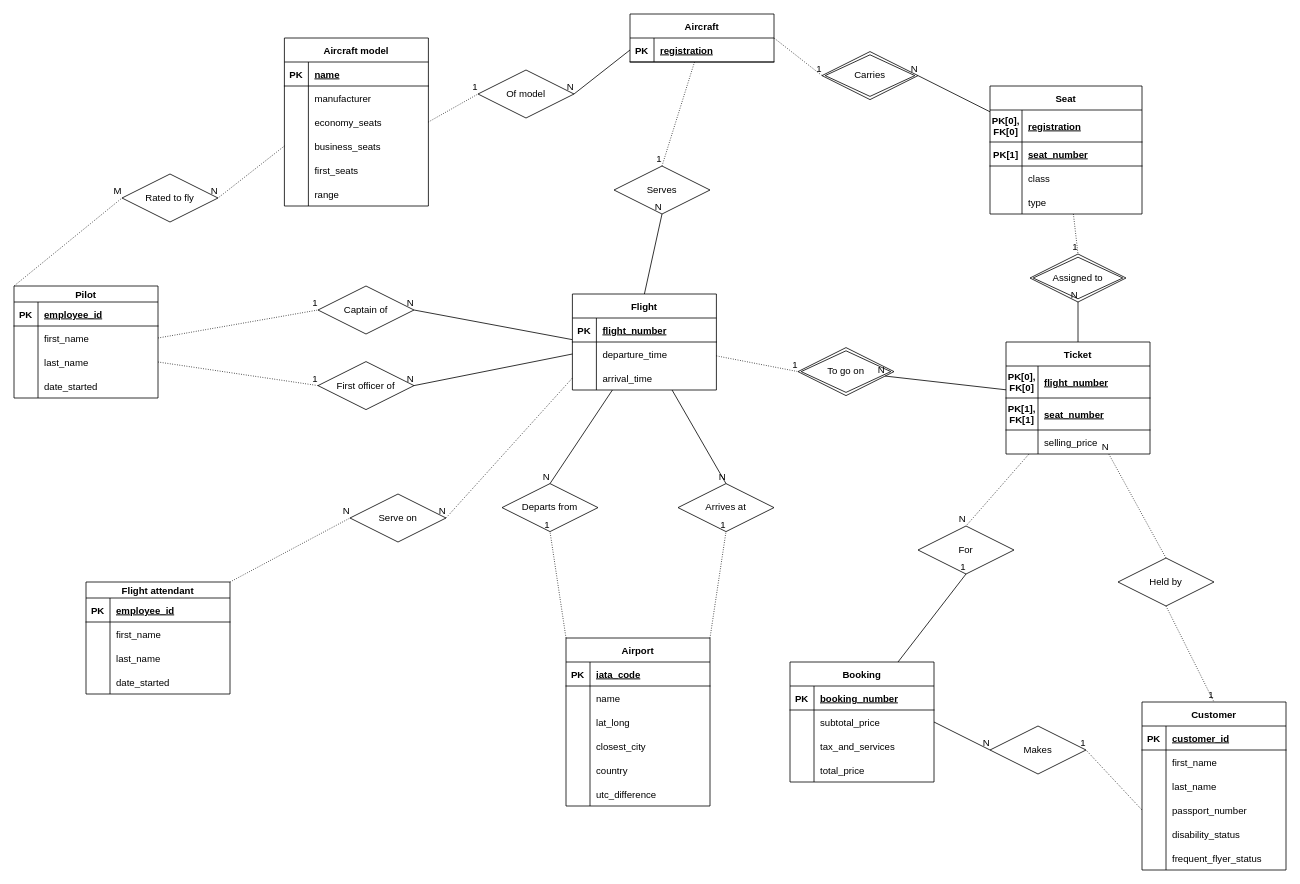
Before: Airline system ER diagram.drawio in lyulka/comp3278, a draw.io diagram. Source tidied: cells renumbered, new cells numbered last; positions are measured from the earlier drawing's top-left corner, leaving out a move shared by most shapes. Both pictures are drawn from the tidied source at 80%, with x=0, y=0 at pixel (14, 14).
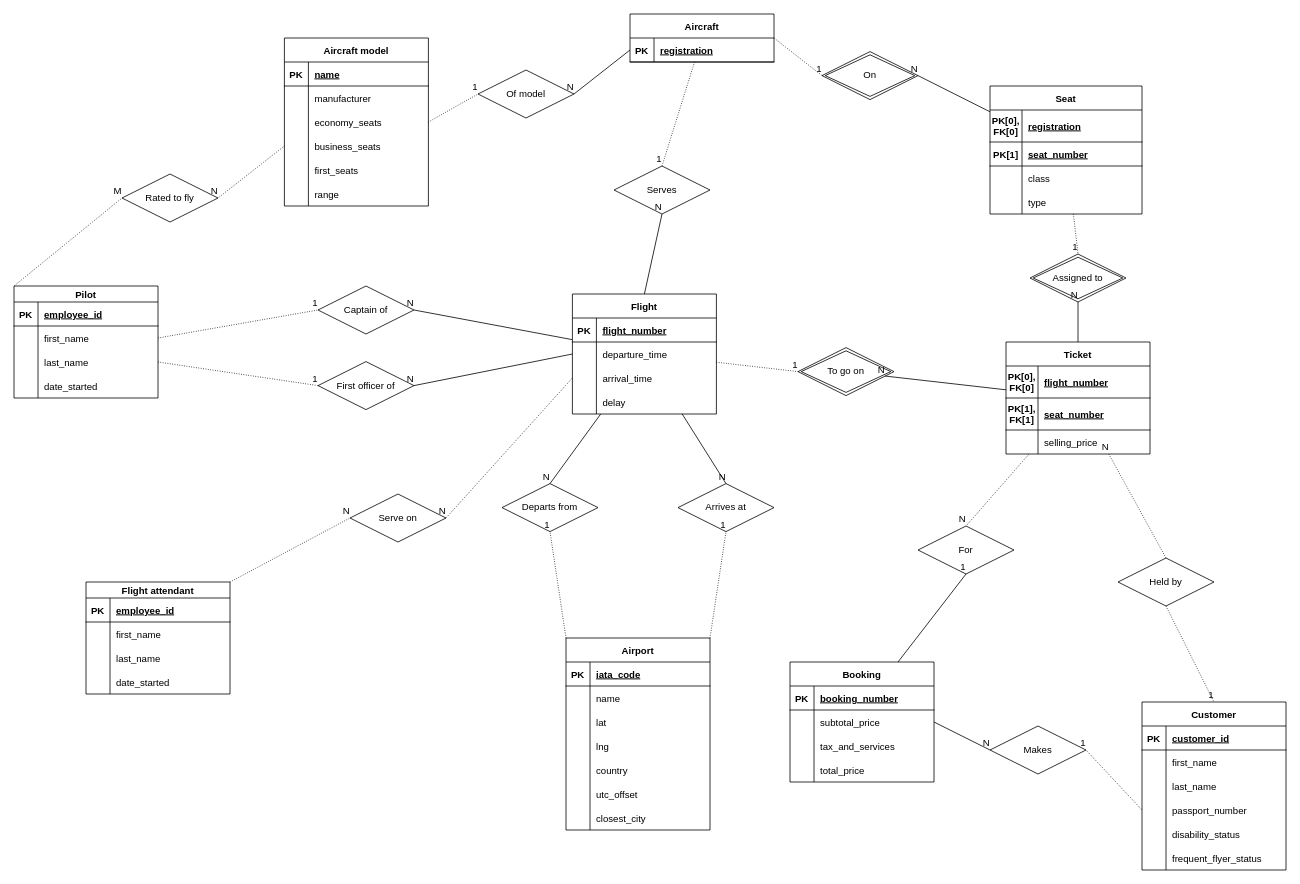
The same page after the edit.

Commit message:
Minor naming tweaks.

The change refers to these unchanged cells:
```xml
<mxCell id="106" style="shape=partialRectangle;fillColor=none;top=0;left=0;bottom=0;right=0;" parent="99" vertex="1">
  <mxGeometry y="90" width="180" height="30" as="geometry" />
</mxCell>
<mxCell id="115" style="shape=partialRectangle;fillColor=none;top=0;left=0;bottom=0;right=0;" parent="99" vertex="1">
  <mxGeometry y="180" width="180" height="30" as="geometry" />
</mxCell>
```

What changed in the source:
```diff
@@
     <mxCell id="2" value="Flight" style="shape=table;startSize=30;childLayout=tableLayout;rowLines=0;fontStyle=1;align=center;" parent="1" vertex="1">
-      <mxGeometry x="698" y="350" width="180" height="120" as="geometry" />
+      <mxGeometry x="698" y="350" width="180" height="150" as="geometry" />
     </mxCell>
@@
+    <mxCell id="205" style="shape=partialRectangle;fillColor=none;top=0;left=0;bottom=0;right=0;" parent="2" vertex="1">
+      <mxGeometry y="120" width="180" height="30" as="geometry" />
+    </mxCell>
+    <mxCell id="206" style="shape=partialRectangle;fillColor=none;top=0;left=0;bottom=0;right=0;overflow=hidden;" parent="205" vertex="1">
+      <mxGeometry width="30" height="30" as="geometry" />
+    </mxCell>
+    <mxCell id="207" value="delay" style="shape=partialRectangle;fillColor=none;top=0;left=0;bottom=0;right=0;align=left;spacingLeft=6;overflow=hidden;" parent="205" vertex="1">
+      <mxGeometry x="30" width="150" height="30" as="geometry" />
+    </mxCell>
-    <mxCell id="12" value="Carries" style="shape=rhombus;double=1;perimeter=rhombusPerimeter;whiteSpace=wrap;html=1;align=center;" parent="1" vertex="1">
+    <mxCell id="12" value="On" style="shape=rhombus;double=1;perimeter=rhombusPerimeter;whiteSpace=wrap;html=1;align=center;" parent="1" vertex="1">
       <mxGeometry x="1010" y="47" width="120" height="60" as="geometry" />
     </mxCell>
@@
     <mxCell id="99" value="Airport" style="shape=table;startSize=30;childLayout=tableLayout;rowLines=0;fontStyle=1;align=center;" parent="1" vertex="1">
-      <mxGeometry x="690" y="780" width="180" height="210" as="geometry" />
+      <mxGeometry x="690" y="780" width="180" height="240" as="geometry" />
     </mxCell>
@@
-    <mxCell id="108" value="lat_long" style="shape=partialRectangle;fillColor=none;top=0;left=0;bottom=0;right=0;align=left;spacingLeft=6;overflow=hidden;" parent="106" vertex="1">
+    <mxCell id="108" value="lat" style="shape=partialRectangle;fillColor=none;top=0;left=0;bottom=0;right=0;align=left;spacingLeft=6;overflow=hidden;" parent="106" vertex="1">
       <mxGeometry x="30" width="150" height="30" as="geometry" />
     </mxCell>
-    <mxCell id="109" style="shape=partialRectangle;fillColor=none;top=0;left=0;bottom=0;right=0;" parent="99" vertex="1">
-      <mxGeometry y="120" width="180" height="30" as="geometry" />
-    </mxCell>
-    <mxCell id="110" style="shape=partialRectangle;fillColor=none;top=0;left=0;bottom=0;right=0;overflow=hidden;" parent="109" vertex="1">
-      <mxGeometry width="30" height="30" as="geometry" />
-    </mxCell>
-    <mxCell id="111" value="closest_city" style="shape=partialRectangle;fillColor=none;top=0;left=0;bottom=0;right=0;align=left;spacingLeft=6;overflow=hidden;" parent="109" vertex="1">
-      <mxGeometry x="30" width="150" height="30" as="geometry" />
-    </mxCell>
+    <mxCell id="208" style="shape=partialRectangle;fillColor=none;top=0;left=0;bottom=0;right=0;" parent="99" vertex="1">
+      <mxGeometry y="120" width="180" height="30" as="geometry" />
+    </mxCell>
+    <mxCell id="209" style="shape=partialRectangle;fillColor=none;top=0;left=0;bottom=0;right=0;overflow=hidden;" parent="208" vertex="1">
+      <mxGeometry width="30" height="30" as="geometry" />
+    </mxCell>
+    <mxCell id="210" value="lng" style="shape=partialRectangle;fillColor=none;top=0;left=0;bottom=0;right=0;align=left;spacingLeft=6;overflow=hidden;" parent="208" vertex="1">
+      <mxGeometry x="30" width="150" height="30" as="geometry" />
+    </mxCell>
@@
-    <mxCell id="117" value="utc_difference" style="shape=partialRectangle;fillColor=none;top=0;left=0;bottom=0;right=0;align=left;spacingLeft=6;overflow=hidden;" parent="115" vertex="1">
+    <mxCell id="117" value="utc_offset" style="shape=partialRectangle;fillColor=none;top=0;left=0;bottom=0;right=0;align=left;spacingLeft=6;overflow=hidden;" parent="115" vertex="1">
       <mxGeometry x="30" width="150" height="30" as="geometry" />
     </mxCell>
+    <mxCell id="109" style="shape=partialRectangle;fillColor=none;top=0;left=0;bottom=0;right=0;" parent="99" vertex="1">
+      <mxGeometry y="210" width="180" height="30" as="geometry" />
+    </mxCell>
+    <mxCell id="110" style="shape=partialRectangle;fillColor=none;top=0;left=0;bottom=0;right=0;overflow=hidden;" parent="109" vertex="1">
+      <mxGeometry width="30" height="30" as="geometry" />
+    </mxCell>
+    <mxCell id="111" value="closest_city" style="shape=partialRectangle;fillColor=none;top=0;left=0;bottom=0;right=0;align=left;spacingLeft=6;overflow=hidden;" parent="109" vertex="1">
+      <mxGeometry x="30" width="150" height="30" as="geometry" />
+    </mxCell>
```
